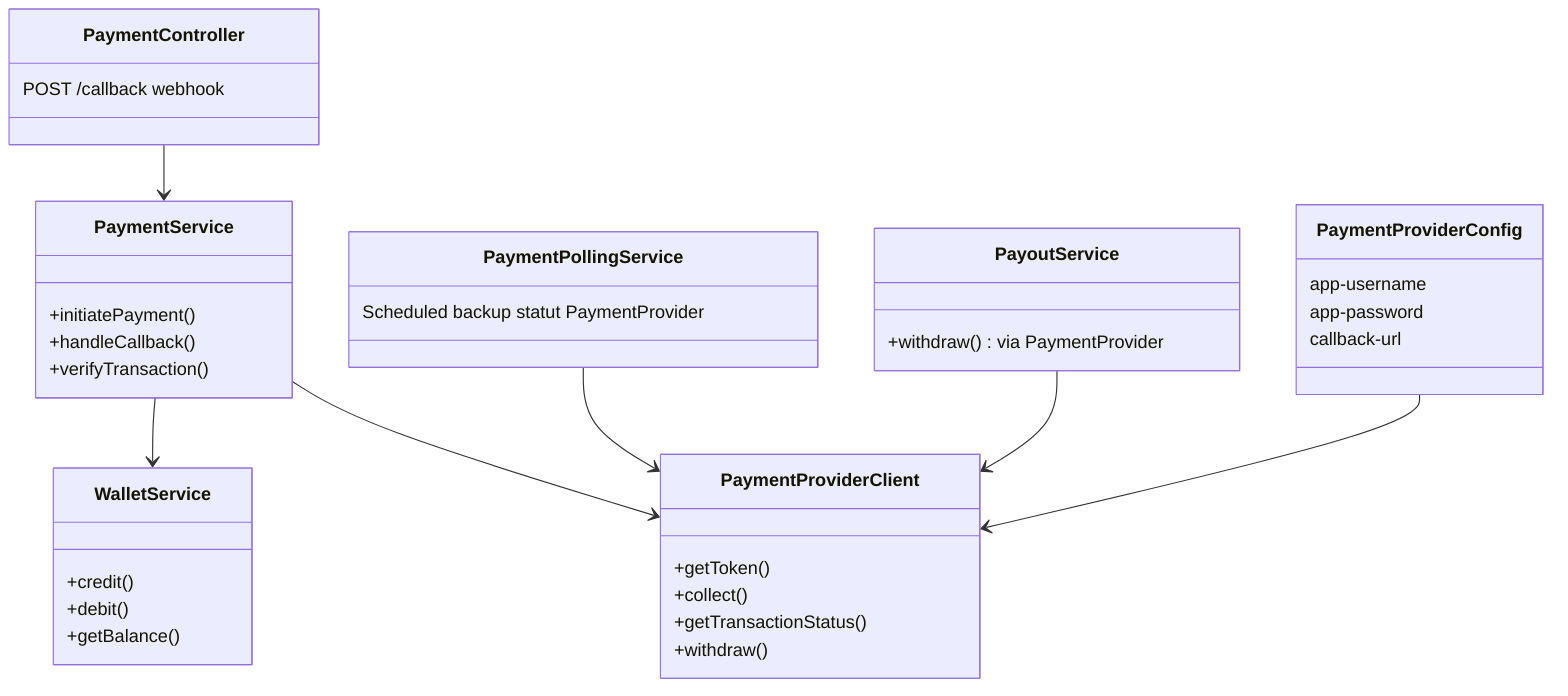
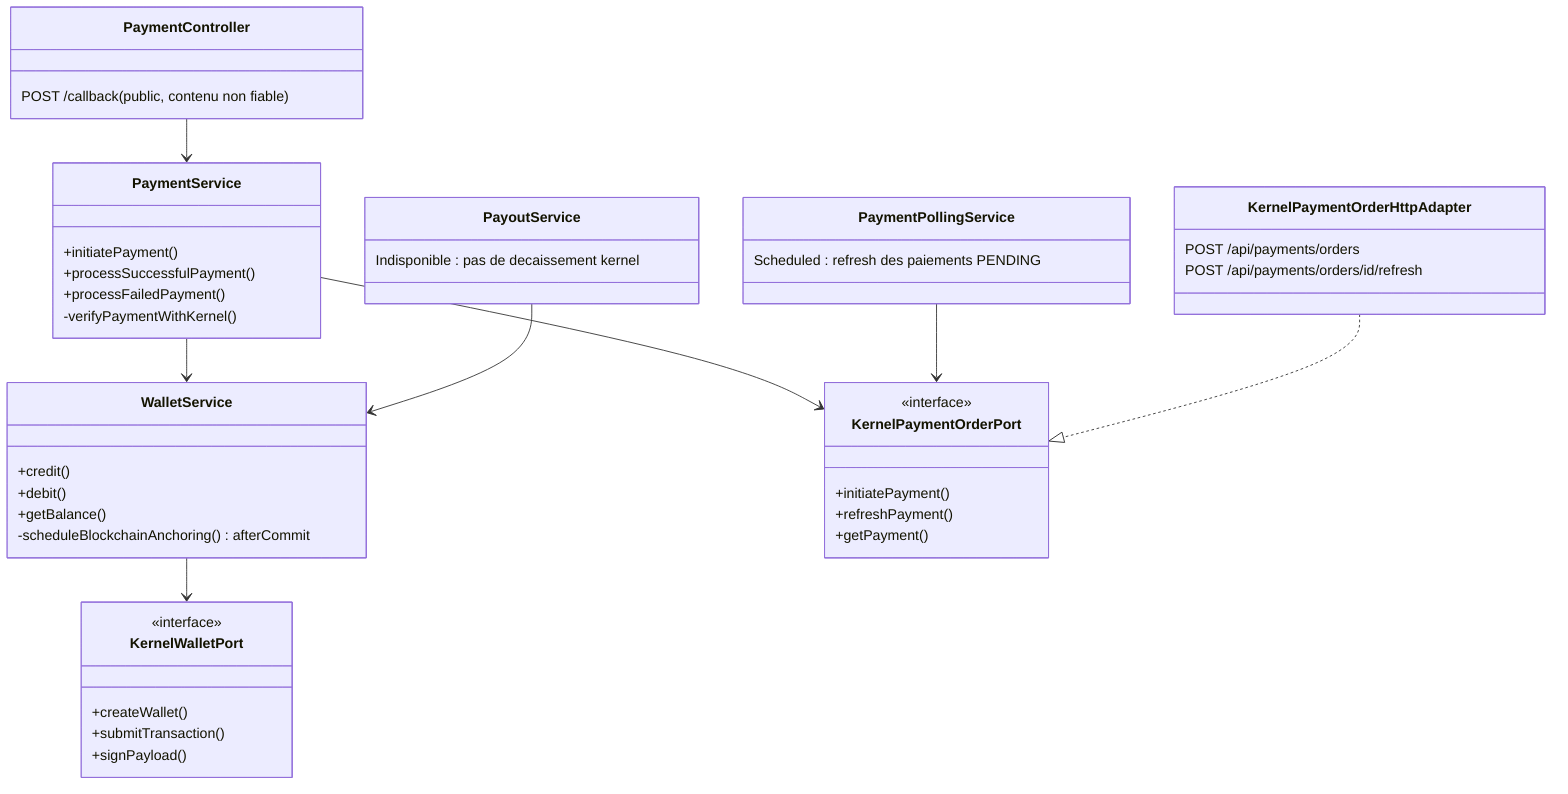
classDiagram
    class PaymentService {
        +initiatePayment()
-         +handleCallback()
-         +verifyTransaction()
+         +processSuccessfulPayment()
+         +processFailedPayment()
+         -verifyPaymentWithKernel()
    }

    class WalletService {
        +credit()
        +debit()
        +getBalance()
+         -scheduleBlockchainAnchoring() afterCommit
    }

    class PaymentPollingService {
-         Scheduled backup statut PaymentProvider
+         Scheduled : refresh des paiements PENDING
    }

    class PayoutService {
-         +withdraw() via PaymentProvider
+         Indisponible : pas de decaissement kernel
    }

-     class PaymentProviderClient {
-         +getToken()
-         +collect()
-         +getTransactionStatus()
-         +withdraw()
+     class KernelPaymentOrderPort {
+         <<interface>>
+         +initiatePayment()
+         +refreshPayment()
+         +getPayment()
    }

-     class PaymentProviderConfig {
-         app-username
-         app-password
-         callback-url
+     class KernelPaymentOrderHttpAdapter {
+         POST /api/payments/orders
+         POST /api/payments/orders/id/refresh
+     }
+ 
+     class KernelWalletPort {
+         <<interface>>
+         +createWallet()
+         +submitTransaction()
+         +signPayload()
    }

    class PaymentController {
-         POST /callback webhook
+         POST /callback (public, contenu non fiable)
    }

    PaymentController --> PaymentService
-     PaymentService --> PaymentProviderClient
-     PaymentPollingService --> PaymentProviderClient
-     PayoutService --> PaymentProviderClient
-     PaymentProviderConfig --> PaymentProviderClient
+     PaymentService --> KernelPaymentOrderPort
+     PaymentPollingService --> KernelPaymentOrderPort
+     KernelPaymentOrderHttpAdapter ..|> KernelPaymentOrderPort
    PaymentService --> WalletService
+     PayoutService --> WalletService
+     WalletService --> KernelWalletPort
